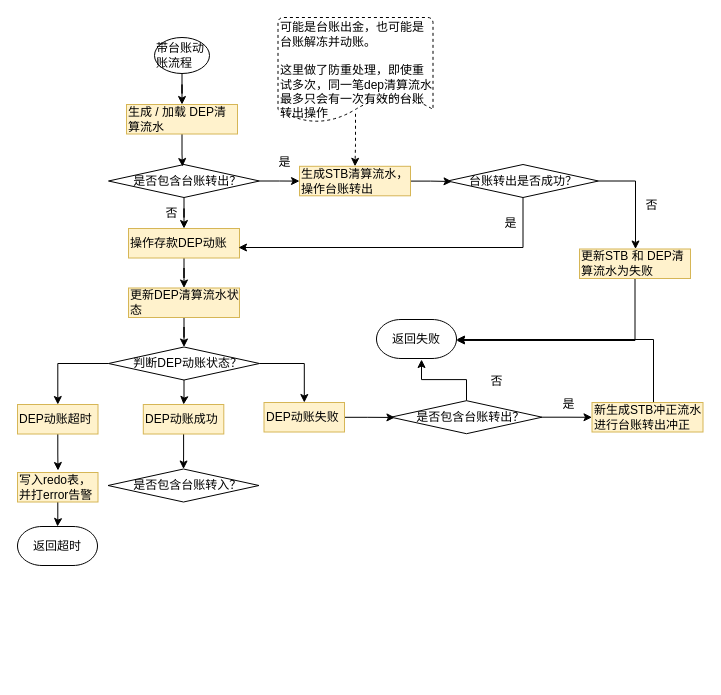
Before: 新清算引擎台账处理流程.drawio in staconfree/design, a draw.io diagram. Source tidied: cells renumbered, new cells numbered last; positions are measured from the earlier drawing's top-left corner, leaving out a move shared by most shapes. Both pictures are drawn from the tidied source at 100%, with x=0, y=0 at pixel (17, 17).
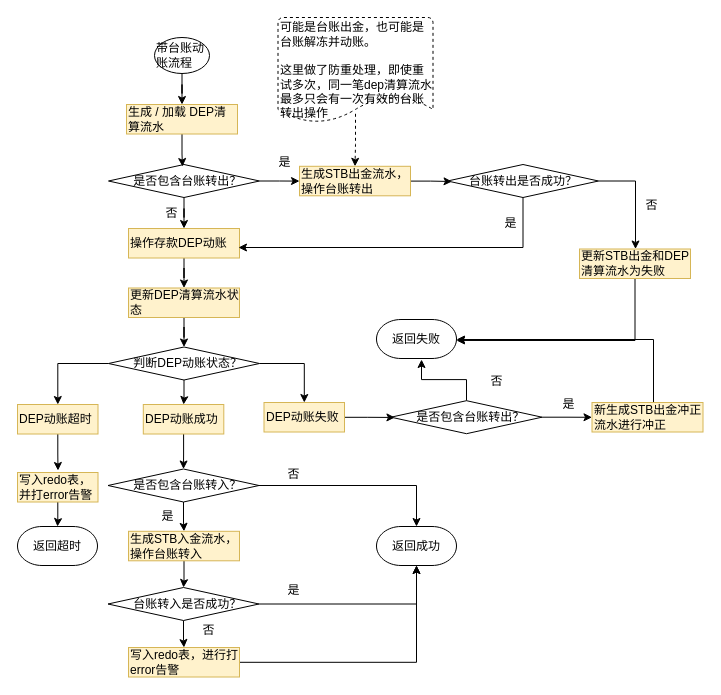
The same page after the edit.

Commit message (it also covers changes not shown here):
更新新清算引擎台账处理流程.drawio

Unchanged cells that the change refers to:
```xml
<mxCell id="47" value="&amp;nbsp;&amp;nbsp;&amp;nbsp;&amp;nbsp;&amp;nbsp;&amp;nbsp; 是否包含台账转入？" style="rhombus;whiteSpace=wrap;html=1;fillColor=#ffffff;fontColor=#000000;align=left;" parent="1" vertex="1">
  <mxGeometry x="90.5" y="451.5" width="151" height="33" as="geometry" />
</mxCell>
```

Diff of the diagram source:
```diff
@@
-    <mxCell id="8" value="生成STB清算流水，操作台账转出" style="rounded=0;whiteSpace=wrap;html=1;fillColor=#fff2cc;align=left;strokeColor=#d6b656;" parent="1" vertex="1">
+    <mxCell id="8" value="生成STB出金流水，操作台账转出" style="rounded=0;whiteSpace=wrap;html=1;fillColor=#fff2cc;align=left;strokeColor=#d6b656;" parent="1" vertex="1">
       <mxGeometry x="282" y="148.8" width="111" height="29.5" as="geometry" />
     </mxCell>
@@
-    <mxCell id="23" value="更新STB 和 DEP清算流水为失败" style="rounded=0;whiteSpace=wrap;html=1;fillColor=#fff2cc;align=left;strokeColor=#d6b656;" parent="1" vertex="1">
+    <mxCell id="23" value="更新STB出金和DEP清算流水为失败" style="rounded=0;whiteSpace=wrap;html=1;fillColor=#fff2cc;align=left;strokeColor=#d6b656;" parent="1" vertex="1">
       <mxGeometry x="562" y="231.5" width="111" height="29.5" as="geometry" />
     </mxCell>
@@
-    <mxCell id="42" value="新生成STB冲正流水进行台账转出冲正" style="rounded=0;whiteSpace=wrap;html=1;fillColor=#fff2cc;align=left;strokeColor=#d6b656;" parent="1" vertex="1">
+    <mxCell id="42" value="新生成STB出金冲正流水进行冲正" style="rounded=0;whiteSpace=wrap;html=1;fillColor=#fff2cc;align=left;strokeColor=#d6b656;" parent="1" vertex="1">
       <mxGeometry x="574.5" y="385" width="111" height="29.5" as="geometry" />
     </mxCell>
@@
+    <mxCell id="48" style="edgeStyle=orthogonalEdgeStyle;rounded=0;jettySize=auto;html=1;" parent="1" edge="1" source="47" target="51">
+      <mxGeometry relative="1" as="geometry" />
+    </mxCell>
+    <mxCell id="49" style="edgeStyle=orthogonalEdgeStyle;rounded=0;jettySize=auto;html=1;" parent="1" edge="1" source="47" target="53">
+      <mxGeometry relative="1" as="geometry" />
+    </mxCell>
@@
+    <mxCell id="50" style="edgeStyle=orthogonalEdgeStyle;rounded=0;jettySize=auto;html=1;entryX=0.5;entryY=0;entryDx=0;entryDy=0;" parent="1" edge="1" source="51" target="57">
+      <mxGeometry relative="1" as="geometry" />
+    </mxCell>
+    <mxCell id="51" value="生成STB入金流水，操作台账转入" style="rounded=0;whiteSpace=wrap;html=1;fillColor=#fff2cc;align=left;strokeColor=#d6b656;" parent="1" vertex="1">
+      <mxGeometry x="111" y="513.8" width="111" height="29.5" as="geometry" />
+    </mxCell>
+    <mxCell id="52" value="是" style="text;html=1;align=center;verticalAlign=middle;" parent="1" vertex="1">
+      <mxGeometry x="135" y="489" width="30" height="20" as="geometry" />
+    </mxCell>
+    <mxCell id="53" value="&lt;div&gt;返回成功&lt;/div&gt;" style="strokeWidth=1;html=1;shape=mxgraph.flowchart.terminator;whiteSpace=wrap;" parent="1" vertex="1">
+      <mxGeometry x="359" y="509" width="80" height="39" as="geometry" />
+    </mxCell>
+    <mxCell id="54" value="否" style="text;html=1;align=center;verticalAlign=middle;" parent="1" vertex="1">
+      <mxGeometry x="260.5" y="447" width="30" height="20" as="geometry" />
+    </mxCell>
+    <mxCell id="55" style="edgeStyle=orthogonalEdgeStyle;rounded=0;jettySize=auto;html=1;entryX=0.5;entryY=1;entryDx=0;entryDy=0;entryPerimeter=0;" parent="1" edge="1" source="57" target="53">
+      <mxGeometry relative="1" as="geometry" />
+    </mxCell>
+    <mxCell id="56" style="edgeStyle=orthogonalEdgeStyle;rounded=0;jettySize=auto;html=1;entryX=0.5;entryY=0;entryDx=0;entryDy=0;" parent="1" edge="1" source="57" target="60">
+      <mxGeometry relative="1" as="geometry" />
+    </mxCell>
+    <mxCell id="57" value="&amp;nbsp;&amp;nbsp;&amp;nbsp;&amp;nbsp;&amp;nbsp;&amp;nbsp; 台账转入是否成功？" style="rhombus;whiteSpace=wrap;html=1;fillColor=#ffffff;fontColor=#000000;align=left;" parent="1" vertex="1">
+      <mxGeometry x="90.5" y="570" width="151" height="33" as="geometry" />
+    </mxCell>
+    <mxCell id="58" value="是" style="text;html=1;align=center;verticalAlign=middle;" parent="1" vertex="1">
+      <mxGeometry x="260.5" y="563" width="30" height="20" as="geometry" />
+    </mxCell>
+    <mxCell id="59" style="edgeStyle=orthogonalEdgeStyle;rounded=0;jettySize=auto;html=1;entryX=0.5;entryY=1;entryDx=0;entryDy=0;entryPerimeter=0;" parent="1" edge="1" source="60" target="53">
+      <mxGeometry relative="1" as="geometry" />
+    </mxCell>
+    <mxCell id="60" value="写入redo表，进行打error告警" style="rounded=0;whiteSpace=wrap;html=1;fillColor=#fff2cc;align=left;strokeColor=#d6b656;" parent="1" vertex="1">
+      <mxGeometry x="111" y="630" width="111" height="29.5" as="geometry" />
+    </mxCell>
+    <mxCell id="61" value="否" style="text;html=1;align=center;verticalAlign=middle;" parent="1" vertex="1">
+      <mxGeometry x="176.2" y="603" width="30" height="20" as="geometry" />
+    </mxCell>
```
